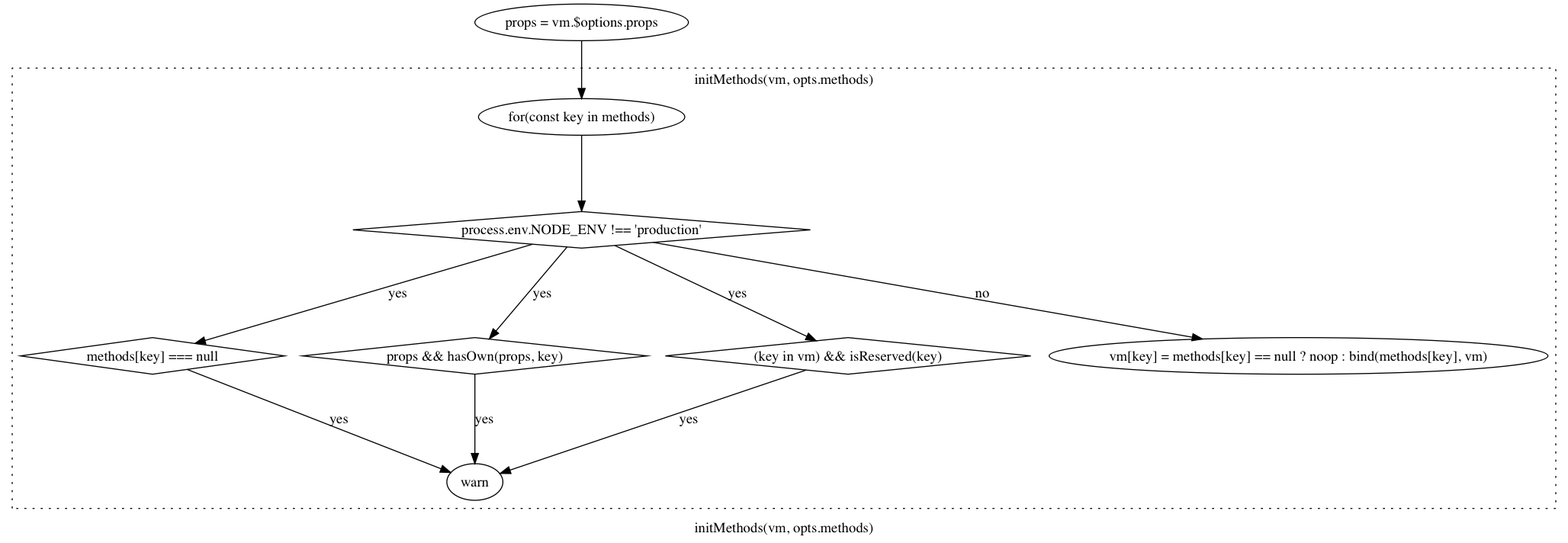
This is initMethods.png from ltaoo/vueSourceAnalysis, a Graphviz export, as it was before one commit. Its source is kept beside it as initMethods.gv.
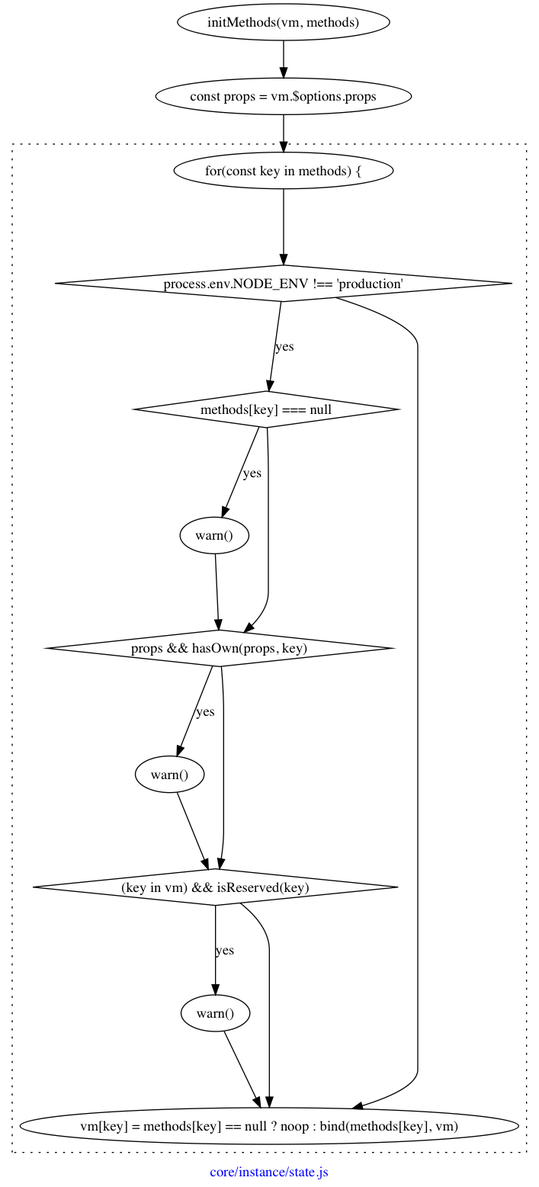
After the commit.

What changed in the source:
```diff
@@ -1,48 +1,65 @@
 digraph G {
-    label="initMethods(vm, opts.methods)"
-
-    getProps [
-        label="props = vm.$options.props"
+    graph [
+        label="core/instance/state.js"
+        fontcolor=blue
     ]
 
-    walkMethods [
-        label="for(const key in methods)"
+    start [
+        label="initMethods(vm, methods)"
     ]
 
-    getProps -> walkMethods
-
+    varProps [
+        label="const props = vm.$options.props"
+    ]
+    start -> varProps
+    walkMethods [
+        label="for(const key in methods) {"
+    ]
+    varProps -> walkMethods
     subgraph cluster_walk {
-        graph[style=dotted]
-
-        isProduction [
+        graph[
+            label=""
+            style=dotted
+        ]
+        notProduction [
             label="process.env.NODE_ENV !== 'production'"
             shape=diamond
         ]
-
-        walkMethods -> isProduction
+        walkMethods -> notProduction
         isNull [
             label="methods[key] === null"
             shape=diamond
         ]
-        isProduction -> isNull [label="yes"]
-
+        notProduction -> isNull [label="yes"]
+        warn0 [
+            label="warn()"
+        ]
+        isNull -> warn0 [label="yes"]
         methodIsProp [
             label="props && hasOwn(props, key)"
             shape=diamond
         ]
-        isProduction -> methodIsProp [label="yes"]
+        isNull -> methodIsProp
+        warn0 -> methodIsProp
+        warn1 [
+            label="warn()"
+        ]
+        methodIsProp -> warn1 [label="yes"]
         isReserved [
             label="(key in vm) && isReserved(key)"
             shape=diamond
         ]
-        isProduction -> isReserved [label="yes"]
-        isNull -> warn [label="yes"]
-        methodIsProp -> warn [label="yes"]
-        isReserved -> warn [label="yes"]
-
+        methodIsProp -> isReserved
+        warn1 -> isReserved
+        warn2 [
+            label="warn()"
+        ]
+        isReserved -> warn2 [label="yes"]
         bindMethod [
             label="vm[key] = methods[key] == null ? noop : bind(methods[key], vm)"
         ]
-        isProduction -> bindMethod [label="no"]
+        warn2 -> bindMethod
+        isReserved -> bindMethod
+        notProduction -> bindMethod
     }
 }
```
